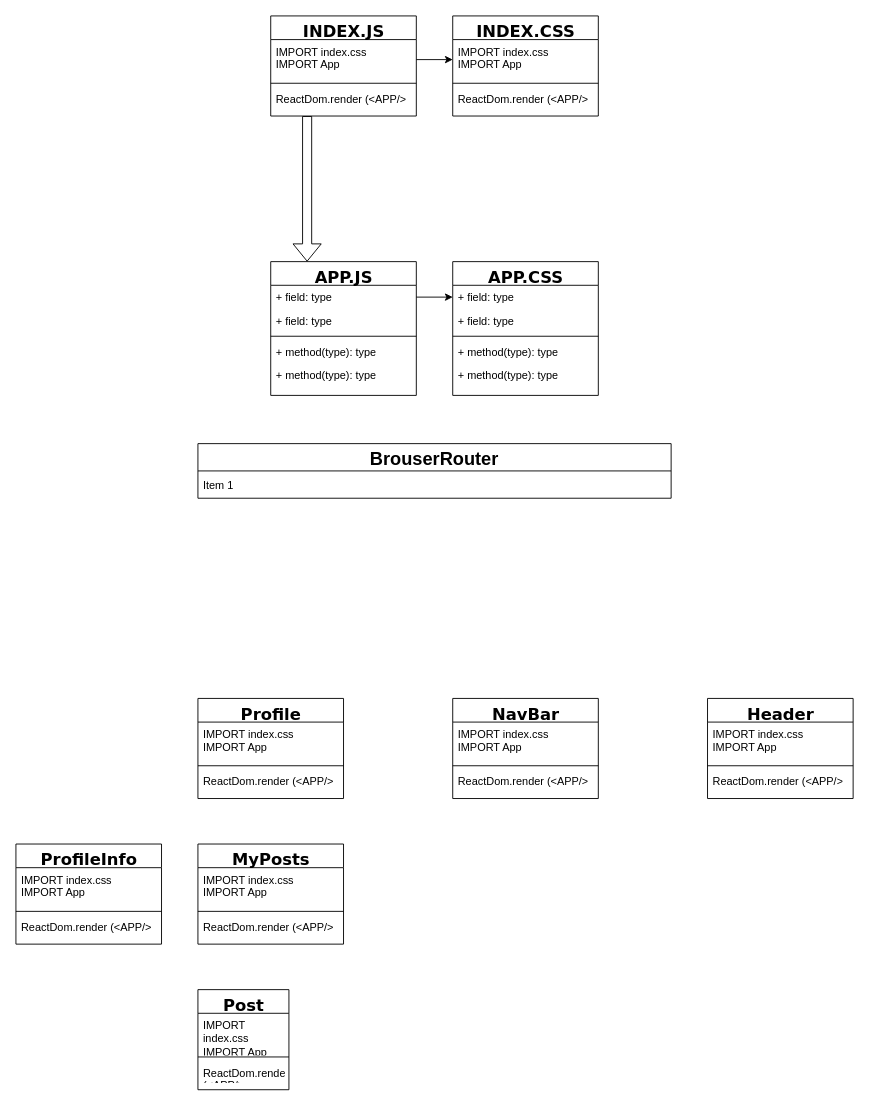
The draw.io diagram Social network.drawio in 89224747505/diagrams, before the edit. Source tidied: cells renumbered, new cells numbered last; positions are measured from the earlier drawing's top-left corner, leaving out a move shared by most shapes. Both pictures are drawn from the tidied source at 91%, with x=0, y=0 at pixel (15, 15).
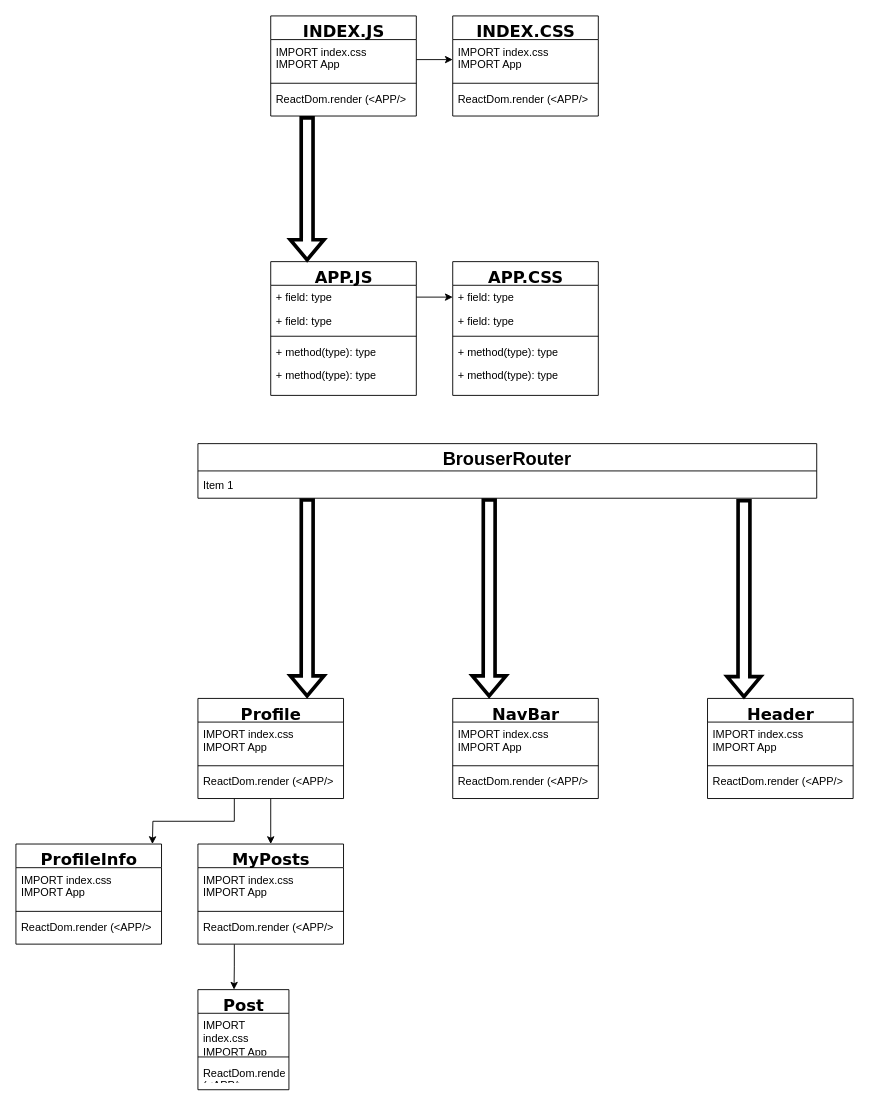
The same diagram, later.

Unchanged cells that the change refers to:
```xml
<mxCell id="2" value="APP.JS" style="swimlane;html=1;fontStyle=1;align=center;verticalAlign=top;horizontal=1;startSize=26;swimlaneFillColor=#ffffff;rounded=0;shadow=0;comic=0;labelBackgroundColor=none;strokeWidth=1;fillColor=none;fontFamily=Verdana;fontSize=18;" parent="1" vertex="1">
  <mxGeometry x="280" y="270" width="160" height="147" as="geometry" />
</mxCell>
<mxCell id="9" value="&lt;font style=&quot;font-size: 18px&quot;&gt;INDEX.JS&lt;/font&gt;" style="swimlane;html=1;fontStyle=1;align=center;verticalAlign=top;horizontal=1;startSize=26;swimlaneFillColor=#ffffff;rounded=0;shadow=0;comic=0;labelBackgroundColor=none;strokeWidth=1;fillColor=none;fontFamily=Verdana;fontSize=12;" parent="1" vertex="1">
  <mxGeometry x="280" width="160" height="110" as="geometry" />
</mxCell>
<mxCell id="27" value="&lt;span style=&quot;font-size: 18px&quot;&gt;Profile&lt;/span&gt;" style="swimlane;html=1;fontStyle=1;align=center;verticalAlign=top;horizontal=1;startSize=26;swimlaneFillColor=#ffffff;rounded=0;shadow=0;comic=0;labelBackgroundColor=none;strokeWidth=1;fillColor=none;fontFamily=Verdana;fontSize=12;" parent="1" vertex="1">
  <mxGeometry x="200" y="750" width="160" height="110" as="geometry" />
</mxCell>
<mxCell id="43" value="&lt;span style=&quot;font-size: 18px&quot;&gt;MyPosts&lt;/span&gt;" style="swimlane;html=1;fontStyle=1;align=center;verticalAlign=top;horizontal=1;startSize=26;swimlaneFillColor=#ffffff;rounded=0;shadow=0;comic=0;labelBackgroundColor=none;strokeWidth=1;fillColor=none;fontFamily=Verdana;fontSize=12;" parent="1" vertex="1">
  <mxGeometry x="200" y="910" width="160" height="110" as="geometry" />
</mxCell>
<mxCell id="47" value="&lt;font style=&quot;font-size: 18px&quot;&gt;Post&lt;/font&gt;" style="swimlane;html=1;fontStyle=1;align=center;verticalAlign=top;horizontal=1;startSize=26;swimlaneFillColor=#ffffff;rounded=0;shadow=0;comic=0;labelBackgroundColor=none;strokeWidth=1;fillColor=none;fontFamily=Verdana;fontSize=12;" parent="1" vertex="1">
  <mxGeometry x="200" y="1070" width="100" height="110" as="geometry" />
</mxCell>
```

Change to the diagram source:
```diff
@@
-    <mxCell id="8" style="edgeStyle=orthogonalEdgeStyle;rounded=0;jettySize=auto;html=1;exitX=0.25;exitY=1;exitDx=0;exitDy=0;entryX=0.25;entryY=0;entryDx=0;entryDy=0;shape=flexArrow;" parent="1" edge="1" source="9" target="2">
+    <mxCell id="8" style="edgeStyle=orthogonalEdgeStyle;rounded=0;jettySize=auto;html=1;exitX=0.25;exitY=1;exitDx=0;exitDy=0;entryX=0.25;entryY=0;entryDx=0;entryDy=0;shape=flexArrow;strokeWidth=4;" parent="1" edge="1" source="9" target="2">
       <mxGeometry relative="1" as="geometry" />
     </mxCell>
@@
     <mxCell id="25" value="BrouserRouter" style="swimlane;fontStyle=1;horizontal=1;startSize=30;fontSize=20;labelBackgroundColor=default;" parent="1" vertex="1">
-      <mxGeometry x="200" y="470" width="520" height="60" as="geometry" />
+      <mxGeometry x="200" y="470" width="680" height="60" as="geometry" />
     </mxCell>
     <mxCell id="26" value="Item 1" style="text;strokeColor=none;fillColor=none;align=left;verticalAlign=middle;spacingLeft=4;spacingRight=4;overflow=hidden;labelBackgroundColor=default;" parent="25" vertex="1">
-      <mxGeometry y="30" width="520" height="30" as="geometry" />
+      <mxGeometry y="30" width="680" height="30" as="geometry" />
     </mxCell>
+    <mxCell id="51" style="edgeStyle=orthogonalEdgeStyle;rounded=0;jettySize=auto;html=1;exitX=0.5;exitY=1;exitDx=0;exitDy=0;entryX=0.5;entryY=0;entryDx=0;entryDy=0;fontSize=18;" parent="1" edge="1" source="27" target="43">
+      <mxGeometry relative="1" as="geometry" />
+    </mxCell>
+    <mxCell id="52" style="edgeStyle=orthogonalEdgeStyle;rounded=0;jettySize=auto;html=1;exitX=0.25;exitY=1;exitDx=0;exitDy=0;fontSize=18;" parent="1" edge="1" source="27">
+      <mxGeometry relative="1" as="geometry">
+        <mxPoint x="150" y="910" as="targetPoint" />
+      </mxGeometry>
+    </mxCell>
@@
+    <mxCell id="53" style="edgeStyle=orthogonalEdgeStyle;rounded=0;jettySize=auto;html=1;exitX=0.25;exitY=1;exitDx=0;exitDy=0;entryX=0.397;entryY=0;entryDx=0;entryDy=0;entryPerimeter=0;fontSize=18;" parent="1" edge="1" source="43" target="47">
+      <mxGeometry relative="1" as="geometry" />
+    </mxCell>
@@
+    <mxCell id="54" style="edgeStyle=none;rounded=0;orthogonalLoop=1;jettySize=auto;html=1;exitX=0.25;exitY=1;exitDx=0;exitDy=0;entryX=0.812;entryY=-0.007;entryDx=0;entryDy=0;entryPerimeter=0;fontSize=18;shape=flexArrow;strokeWidth=4;" parent="1" edge="1">
+      <mxGeometry relative="1" as="geometry">
+        <mxPoint x="520.1" y="530" as="sourcePoint" />
+        <mxPoint x="520" y="749.2" as="targetPoint" />
+      </mxGeometry>
+    </mxCell>
+    <mxCell id="55" style="edgeStyle=none;rounded=0;orthogonalLoop=1;jettySize=auto;html=1;exitX=0.25;exitY=1;exitDx=0;exitDy=0;entryX=0.812;entryY=-0.007;entryDx=0;entryDy=0;entryPerimeter=0;fontSize=18;shape=flexArrow;strokeWidth=4;" parent="1" edge="1">
+      <mxGeometry relative="1" as="geometry">
+        <mxPoint x="800.1" y="530.8" as="sourcePoint" />
+        <mxPoint x="800" y="750" as="targetPoint" />
+      </mxGeometry>
+    </mxCell>
+    <mxCell id="56" style="edgeStyle=none;rounded=0;orthogonalLoop=1;jettySize=auto;html=1;exitX=0.25;exitY=1;exitDx=0;exitDy=0;entryX=0.812;entryY=-0.007;entryDx=0;entryDy=0;entryPerimeter=0;fontSize=18;shape=flexArrow;strokeWidth=4;" parent="1" edge="1">
+      <mxGeometry relative="1" as="geometry">
+        <mxPoint x="320.1" y="530" as="sourcePoint" />
+        <mxPoint x="320" y="749.2" as="targetPoint" />
+      </mxGeometry>
+    </mxCell>
```
